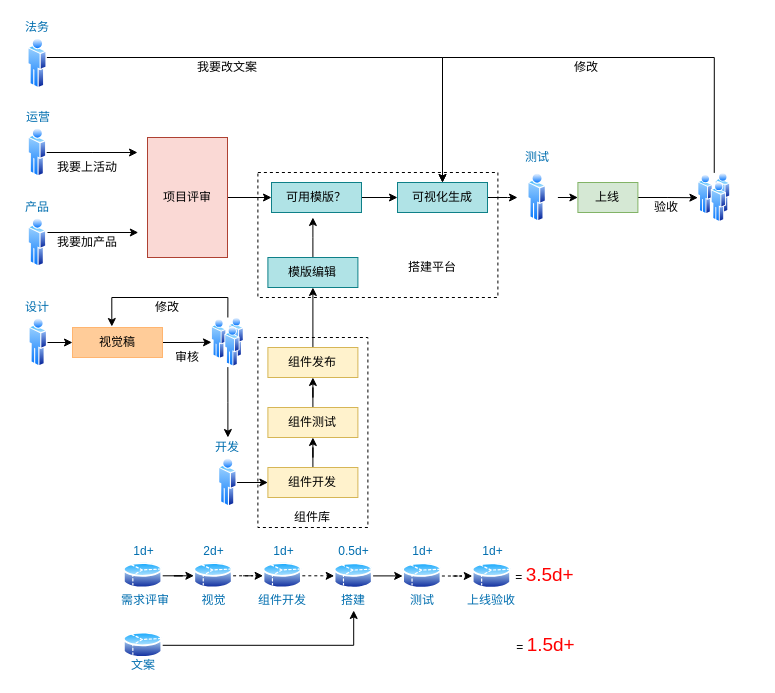
Earlier version of the draw.io diagram page "配置平台3" (7 of 7) of Untitled Diagram.drawio (zyx1992/hexoDocs). Source tidied: cells renumbered, new cells numbered last; positions are measured from the earlier drawing's top-left corner, leaving out a move shared by most shapes. Both pictures are drawn from the tidied source at 100%, with x=0, y=0 at pixel (17, 17).
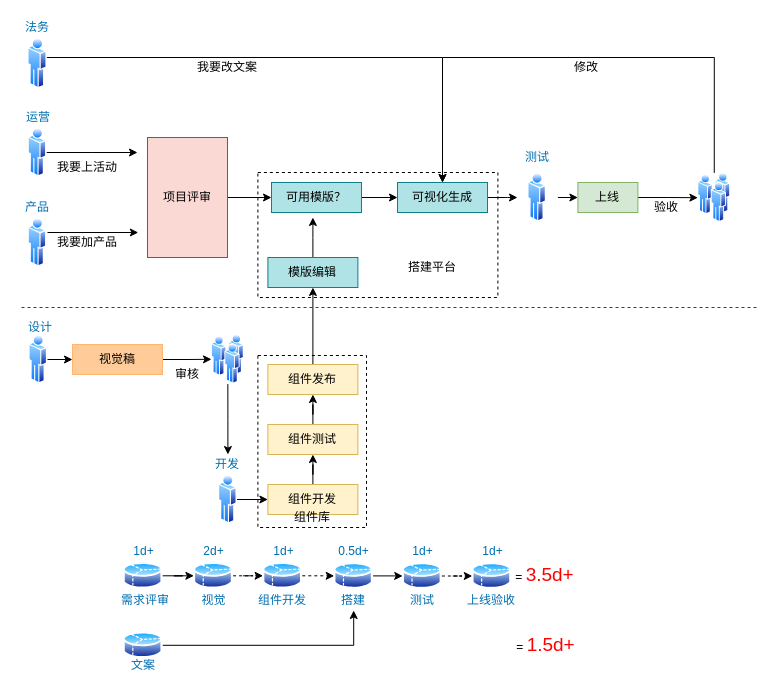
The same diagram, later.

The edit, as a diff of the source:
```diff
@@
     <mxCell id="3" style="rounded=0;whiteSpace=wrap;html=1;dashed=1;" parent="1" vertex="1">
-      <mxGeometry x="240.4" y="320" width="110" height="190" as="geometry" />
+      <mxGeometry x="240.4" y="338" width="108.6" height="172" as="geometry" />
     </mxCell>
@@
     <mxCell id="17" style="perimeter=ellipsePerimeter;html=1;align=center;shadow=0;dashed=0;spacingTop=3;image;image=img/lib/active_directory/user.svg;strokeColor=#FFB570;fontColor=#006EAF;" parent="1" vertex="1">
-      <mxGeometry x="11.5" y="300" width="18.5" height="50" as="geometry" />
+      <mxGeometry x="11.5" y="317" width="18.5" height="50" as="geometry" />
     </mxCell>
     <mxCell id="18" value="设计" style="text;html=1;strokeColor=none;fillColor=none;align=center;verticalAlign=middle;whiteSpace=wrap;rounded=0;fontColor=#006EAF;" parent="1" vertex="1">
-      <mxGeometry y="280" width="40" height="20" as="geometry" />
+      <mxGeometry x="3" y="300" width="40" height="20" as="geometry" />
     </mxCell>
@@
     <mxCell id="32" value="视觉稿" style="rounded=0;whiteSpace=wrap;html=1;fillColor=#ffcc99;strokeColor=#FFB570;" parent="1" vertex="1">
-      <mxGeometry x="55" y="310" width="90" height="30" as="geometry" />
+      <mxGeometry x="55" y="327" width="90" height="30" as="geometry" />
     </mxCell>
@@
     <mxCell id="34" style="perimeter=ellipsePerimeter;html=1;align=center;shadow=0;dashed=0;spacingTop=3;image;image=img/lib/active_directory/user.svg;strokeColor=#FFB570;fontColor=#006EAF;" parent="1" vertex="1">
-      <mxGeometry x="201.1" y="440" width="18.5" height="50" as="geometry" />
+      <mxGeometry x="201.1" y="457" width="18.5" height="50" as="geometry" />
     </mxCell>
     <mxCell id="35" value="开发" style="text;html=1;strokeColor=none;fillColor=none;align=center;verticalAlign=middle;whiteSpace=wrap;rounded=0;fontColor=#006EAF;" parent="1" vertex="1">
-      <mxGeometry x="190.4" y="420" width="40" height="20" as="geometry" />
+      <mxGeometry x="190.4" y="437" width="40" height="20" as="geometry" />
     </mxCell>
@@
     <mxCell id="37" value="组件开发" style="rounded=0;whiteSpace=wrap;html=1;fillColor=#fff2cc;strokeColor=#d6b656;" parent="1" vertex="1">
-      <mxGeometry x="250.4" y="450" width="90" height="30" as="geometry" />
+      <mxGeometry x="250.4" y="467" width="90" height="30" as="geometry" />
     </mxCell>
@@
     <mxCell id="39" value="组件测试" style="rounded=0;whiteSpace=wrap;html=1;fillColor=#fff2cc;strokeColor=#d6b656;" parent="1" vertex="1">
-      <mxGeometry x="250.4" y="390" width="90" height="30" as="geometry" />
+      <mxGeometry x="250.4" y="407" width="90" height="30" as="geometry" />
     </mxCell>
@@
     <mxCell id="41" value="组件发布" style="rounded=0;whiteSpace=wrap;html=1;fillColor=#fff2cc;strokeColor=#d6b656;" parent="1" vertex="1">
-      <mxGeometry x="250.4" y="330" width="90" height="30" as="geometry" />
+      <mxGeometry x="250.4" y="347" width="90" height="30" as="geometry" />
     </mxCell>
@@
-    <mxCell id="53" style="edgeStyle=orthogonalEdgeStyle;rounded=0;jettySize=auto;html=1;entryX=0.437;entryY=-0.033;entryDx=0;entryDy=0;entryPerimeter=0;fontColor=#B0E3E6;exitX=0.5;exitY=0;exitDx=0;exitDy=0;" parent="1" edge="1" source="54" target="32">
-      <mxGeometry relative="1" as="geometry" />
-    </mxCell>
     <mxCell id="54" style="perimeter=ellipsePerimeter;html=1;align=center;shadow=0;dashed=0;spacingTop=3;image;image=img/lib/active_directory/users.svg;strokeColor=#FFB570;fontColor=#006EAF;" parent="1" vertex="1">
-      <mxGeometry x="194" y="300" width="32.7" height="49.6" as="geometry" />
+      <mxGeometry x="194" y="317" width="32.7" height="49.6" as="geometry" />
     </mxCell>
     <mxCell id="55" value="审核" style="text;html=1;strokeColor=none;fillColor=none;align=center;verticalAlign=middle;whiteSpace=wrap;rounded=0;" parent="1" vertex="1">
-      <mxGeometry x="130" y="330" width="80" height="20" as="geometry" />
+      <mxGeometry x="130" y="347" width="80" height="20" as="geometry" />
     </mxCell>
@@
-    <mxCell id="57" value="修改" style="text;html=1;strokeColor=none;fillColor=none;align=center;verticalAlign=middle;whiteSpace=wrap;rounded=0;" parent="1" vertex="1">
-      <mxGeometry x="110.4" y="280" width="80" height="20" as="geometry" />
-    </mxCell>
@@
+    <mxCell id="87" style="endArrow=none;dashed=1;html=1;fontColor=#B0E3E6;strokeColor=#CC0000;" parent="1" edge="1">
+      <mxGeometry relative="1" as="geometry">
+        <mxPoint x="4" y="290" as="sourcePoint" />
+        <mxPoint x="739" y="290" as="targetPoint" />
+      </mxGeometry>
+    </mxCell>
```
